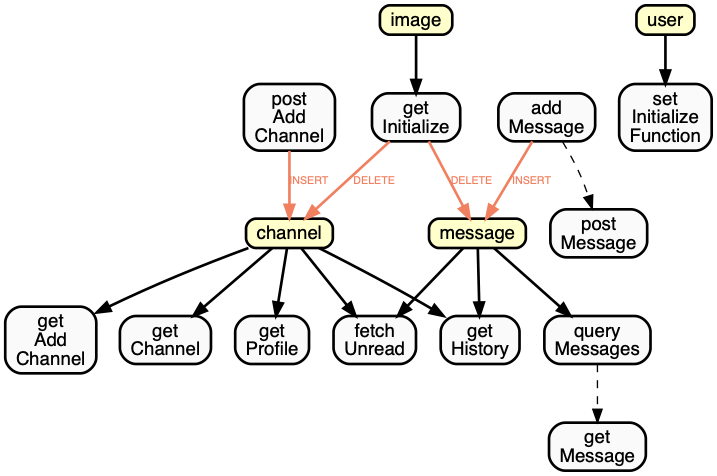
Above: utils/sqlmap.png in Muratam/isucon7q2019 (Graphviz), before the change. Its source is kept beside it as utils/sqlmap.dot.
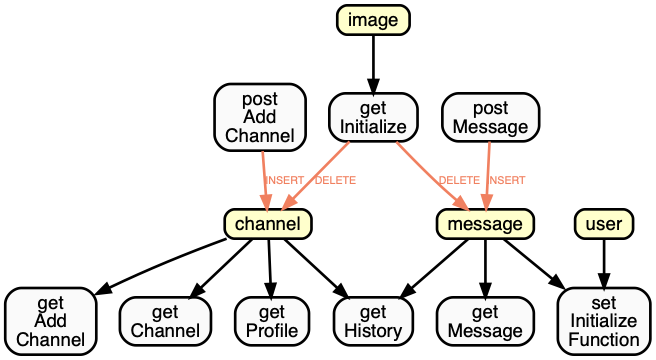
Later version of the same file.

Change to the diagram source:
```diff
@@ -15,19 +15,11 @@
         fontname = "Helvetica",
         style = "dashed",
     ];
-      queryMessages -> getMessage;
-getMessage[label="get
-Message"];
-queryMessages[label="query
-Messages"];
-addMessage -> postMessage;
-postMessage[label="post
-Message"];
-addMessage[label="add
-Message"];
 
       user -> setInitializeFunction[style="bold"];
 user[label="user",shape=box, style="filled, bold, rounded", fillcolor="#ffffcc"];
+message -> setInitializeFunction[style="bold"];
+message[label="message",shape=box, style="filled, bold, rounded", fillcolor="#ffffcc"];
 setInitializeFunction[label="set
 Initialize
 Function"];
@@ -39,18 +31,16 @@
 image[label="image",shape=box, style="filled, bold, rounded", fillcolor="#ffffcc"];
 getInitialize[label="get
 Initialize"];
-channel -> fetchUnread[style="bold"];
-channel[label="channel",shape=box, style="filled, bold, rounded", fillcolor="#ffffcc"];
-message -> fetchUnread[style="bold"];
-message[label="message",shape=box, style="filled, bold, rounded", fillcolor="#ffffcc"];
-fetchUnread[label="fetch
-Unread"];
 message -> getHistory[style="bold"];
 message[label="message",shape=box, style="filled, bold, rounded", fillcolor="#ffffcc"];
 channel -> getHistory[style="bold"];
 channel[label="channel",shape=box, style="filled, bold, rounded", fillcolor="#ffffcc"];
 getHistory[label="get
 History"];
+message -> getMessage[style="bold"];
+message[label="message",shape=box, style="filled, bold, rounded", fillcolor="#ffffcc"];
+getMessage[label="get
+Message"];
 channel -> getProfile[style="bold"];
 channel[label="channel",shape=box, style="filled, bold, rounded", fillcolor="#ffffcc"];
 getProfile[label="get
@@ -64,19 +54,15 @@
 channel[label="channel",shape=box, style="filled, bold, rounded", fillcolor="#ffffcc"];
 getChannel[label="get
 Channel"];
-message -> queryMessages[style="bold"];
-message[label="message",shape=box, style="filled, bold, rounded", fillcolor="#ffffcc"];
-queryMessages[label="query
-Messages"];
-addMessage -> message[style="bold",label="INSERT",color="#f08060",fontcolor="#f08060"];
-message[label="message",shape=box, style="filled, bold, rounded", fillcolor="#ffffcc"];
-addMessage[label="add
-Message"];
 postAddChannel -> channel[style="bold",label="INSERT",color="#f08060",fontcolor="#f08060"];
 channel[label="channel",shape=box, style="filled, bold, rounded", fillcolor="#ffffcc"];
 postAddChannel[label="post
 Add
 Channel"];
+postMessage -> message[style="bold",label="INSERT",color="#f08060",fontcolor="#f08060"];
+message[label="message",shape=box, style="filled, bold, rounded", fillcolor="#ffffcc"];
+postMessage[label="post
+Message"];
 
     }
 
```
